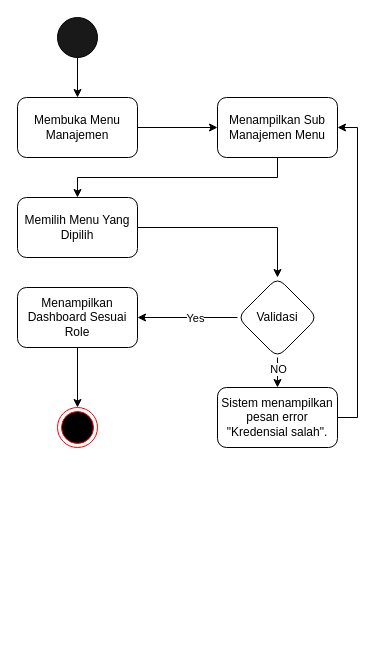
Earlier version of the draw.io diagram page "Catatan Transaksi" (6 of 13) of Doc/UseCase/Feby-1.drawio (gustitriprayoga/sistem-umkm-feby). Source tidied: cells renumbered, new cells numbered last; positions are measured from the earlier drawing's top-left corner, leaving out a move shared by most shapes. Both pictures are drawn from the tidied source at 100%, with x=0, y=0 at pixel (17, 17).
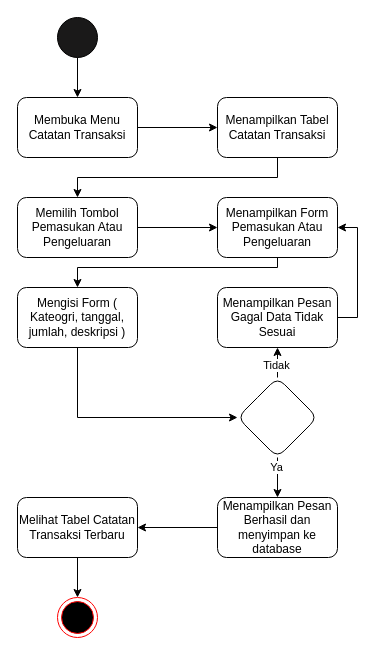
The same diagram, later.

What changed in the source:
```diff
@@
     <mxCell id="2" style="ellipse;html=1;shape=endState;fillColor=#000000;strokeColor=#ff0000;" parent="1" vertex="1">
-      <mxGeometry x="40" y="390" width="40" height="40" as="geometry" />
+      <mxGeometry x="40" y="580" width="40" height="40" as="geometry" />
     </mxCell>
@@
-    <mxCell id="6" value="Membuka Menu Manajemen" style="rounded=1;whiteSpace=wrap;html=1;" parent="1" vertex="1">
+    <mxCell id="6" value="Membuka Menu Catatan Transaksi" style="rounded=1;whiteSpace=wrap;html=1;" parent="1" vertex="1">
       <mxGeometry y="80" width="120" height="60" as="geometry" />
     </mxCell>
@@
-    <mxCell id="8" value="Menampilkan Sub Manajemen Menu" style="rounded=1;whiteSpace=wrap;html=1;" parent="1" vertex="1">
+    <mxCell id="8" value="Menampilkan Tabel Catatan Transaksi" style="rounded=1;whiteSpace=wrap;html=1;" parent="1" vertex="1">
       <mxGeometry x="200" y="80" width="120" height="60" as="geometry" />
     </mxCell>
-    <mxCell id="9" style="edgeStyle=orthogonalEdgeStyle;rounded=0;jettySize=auto;html=1;" parent="1" edge="1" source="10" target="15">
-      <mxGeometry relative="1" as="geometry" />
-    </mxCell>
+    <mxCell id="20" style="edgeStyle=orthogonalEdgeStyle;rounded=0;jettySize=auto;html=1;" parent="1" edge="1" source="10" target="22">
+      <mxGeometry relative="1" as="geometry" />
+    </mxCell>
-    <mxCell id="10" value="Memilih Menu Yang Dipilih" style="rounded=1;whiteSpace=wrap;html=1;" parent="1" vertex="1">
+    <mxCell id="10" value="Memilih Tombol Pemasukan Atau Pengeluaran" style="rounded=1;whiteSpace=wrap;html=1;" parent="1" vertex="1">
       <mxGeometry y="180" width="120" height="60" as="geometry" />
     </mxCell>
-    <mxCell id="11" style="edgeStyle=orthogonalEdgeStyle;rounded=0;jettySize=auto;html=1;" parent="1" edge="1" source="15" target="17">
-      <mxGeometry relative="1" as="geometry" />
-    </mxCell>
-    <mxCell id="12" value="NO" style="edgeLabel;html=1;align=center;verticalAlign=middle;" parent="11" vertex="1">
-      <mxGeometry x="-0.55" relative="1" as="geometry" />
-    </mxCell>
-    <mxCell id="13" style="edgeStyle=orthogonalEdgeStyle;rounded=0;jettySize=auto;html=1;" parent="1" edge="1" source="15" target="19">
-      <mxGeometry relative="1" as="geometry" />
-    </mxCell>
-    <mxCell id="14" value="Yes" style="edgeLabel;html=1;align=center;verticalAlign=middle;" parent="13" vertex="1">
-      <mxGeometry x="-0.14" relative="1" as="geometry" />
-    </mxCell>
-    <mxCell id="15" value="Validasi" style="rhombus;whiteSpace=wrap;html=1;rounded=1;" parent="1" vertex="1">
-      <mxGeometry x="220" y="260" width="80" height="80" as="geometry" />
-    </mxCell>
-    <mxCell id="16" style="edgeStyle=orthogonalEdgeStyle;rounded=0;jettySize=auto;html=1;exitX=1;exitY=0.5;exitDx=0;exitDy=0;entryX=1;entryY=0.5;entryDx=0;entryDy=0;" parent="1" edge="1" source="17" target="8">
-      <mxGeometry relative="1" as="geometry" />
-    </mxCell>
-    <mxCell id="17" value="Sistem menampilkan pesan error &quot;Kredensial salah&quot;." style="whiteSpace=wrap;html=1;rounded=1;" parent="1" vertex="1">
-      <mxGeometry x="200" y="370" width="120" height="60" as="geometry" />
-    </mxCell>
-    <mxCell id="18" style="edgeStyle=orthogonalEdgeStyle;rounded=0;jettySize=auto;html=1;exitX=0.5;exitY=1;exitDx=0;exitDy=0;entryX=0.5;entryY=0;entryDx=0;entryDy=0;" parent="1" edge="1" source="19" target="2">
-      <mxGeometry relative="1" as="geometry" />
-    </mxCell>
-    <mxCell id="19" value="Menampilkan Dashboard Sesuai Role" style="whiteSpace=wrap;html=1;rounded=1;" parent="1" vertex="1">
-      <mxGeometry y="270" width="120" height="60" as="geometry" />
-    </mxCell>
+    <mxCell id="21" style="edgeStyle=orthogonalEdgeStyle;rounded=0;jettySize=auto;html=1;" parent="1" edge="1" source="22" target="24">
+      <mxGeometry relative="1" as="geometry">
+        <Array as="points">
+          <mxPoint x="260" y="250" />
+          <mxPoint x="60" y="250" />
+        </Array>
+      </mxGeometry>
+    </mxCell>
+    <mxCell id="22" value="Menampilkan Form Pemasukan Atau Pengeluaran" style="rounded=1;whiteSpace=wrap;html=1;" parent="1" vertex="1">
+      <mxGeometry x="200" y="180" width="120" height="60" as="geometry" />
+    </mxCell>
+    <mxCell id="23" style="edgeStyle=orthogonalEdgeStyle;rounded=0;jettySize=auto;html=1;" parent="1" edge="1" source="24" target="29">
+      <mxGeometry relative="1" as="geometry">
+        <Array as="points">
+          <mxPoint x="60" y="400" />
+        </Array>
+      </mxGeometry>
+    </mxCell>
+    <mxCell id="24" value="Mengisi Form ( Kateogri, tanggal, jumlah, deskripsi )" style="rounded=1;whiteSpace=wrap;html=1;" parent="1" vertex="1">
+      <mxGeometry y="270" width="120" height="60" as="geometry" />
+    </mxCell>
+    <mxCell id="25" style="edgeStyle=orthogonalEdgeStyle;rounded=0;jettySize=auto;html=1;" parent="1" edge="1" source="29" target="31">
+      <mxGeometry relative="1" as="geometry" />
+    </mxCell>
+    <mxCell id="26" value="Ya" style="edgeLabel;html=1;align=center;verticalAlign=middle;" parent="25" vertex="1">
+      <mxGeometry x="-0.55" y="-2" relative="1" as="geometry" />
+    </mxCell>
+    <mxCell id="27" style="edgeStyle=orthogonalEdgeStyle;rounded=0;jettySize=auto;html=1;" parent="1" edge="1" source="29" target="35">
+      <mxGeometry relative="1" as="geometry" />
+    </mxCell>
+    <mxCell id="28" value="Tidak" style="edgeLabel;html=1;align=center;verticalAlign=middle;" parent="27" vertex="1">
+      <mxGeometry x="0.32" y="2" relative="1" as="geometry" />
+    </mxCell>
+    <mxCell id="29" style="rhombus;whiteSpace=wrap;html=1;rounded=1;" parent="1" vertex="1">
+      <mxGeometry x="220" y="360" width="80" height="80" as="geometry" />
+    </mxCell>
+    <mxCell id="30" style="edgeStyle=orthogonalEdgeStyle;rounded=0;jettySize=auto;html=1;" parent="1" edge="1" source="31" target="33">
+      <mxGeometry relative="1" as="geometry" />
+    </mxCell>
+    <mxCell id="31" value="Menampilkan Pesan Berhasil dan menyimpan ke database" style="whiteSpace=wrap;html=1;rounded=1;" parent="1" vertex="1">
+      <mxGeometry x="200" y="480" width="120" height="60" as="geometry" />
+    </mxCell>
+    <mxCell id="32" style="edgeStyle=orthogonalEdgeStyle;rounded=0;jettySize=auto;html=1;exitX=0.5;exitY=1;exitDx=0;exitDy=0;entryX=0.5;entryY=0;entryDx=0;entryDy=0;" parent="1" edge="1" source="33" target="2">
+      <mxGeometry relative="1" as="geometry" />
+    </mxCell>
+    <mxCell id="33" value="Melihat Tabel Catatan Transaksi Terbaru" style="whiteSpace=wrap;html=1;rounded=1;" parent="1" vertex="1">
+      <mxGeometry y="480" width="120" height="60" as="geometry" />
+    </mxCell>
+    <mxCell id="34" style="edgeStyle=orthogonalEdgeStyle;rounded=0;jettySize=auto;html=1;exitX=1;exitY=0.5;exitDx=0;exitDy=0;entryX=1;entryY=0.5;entryDx=0;entryDy=0;" parent="1" edge="1" source="35" target="22">
+      <mxGeometry relative="1" as="geometry" />
+    </mxCell>
+    <mxCell id="35" value="Menampilkan Pesan Gagal Data Tidak Sesuai" style="whiteSpace=wrap;html=1;rounded=1;" parent="1" vertex="1">
+      <mxGeometry x="200" y="270" width="120" height="60" as="geometry" />
+    </mxCell>
```
